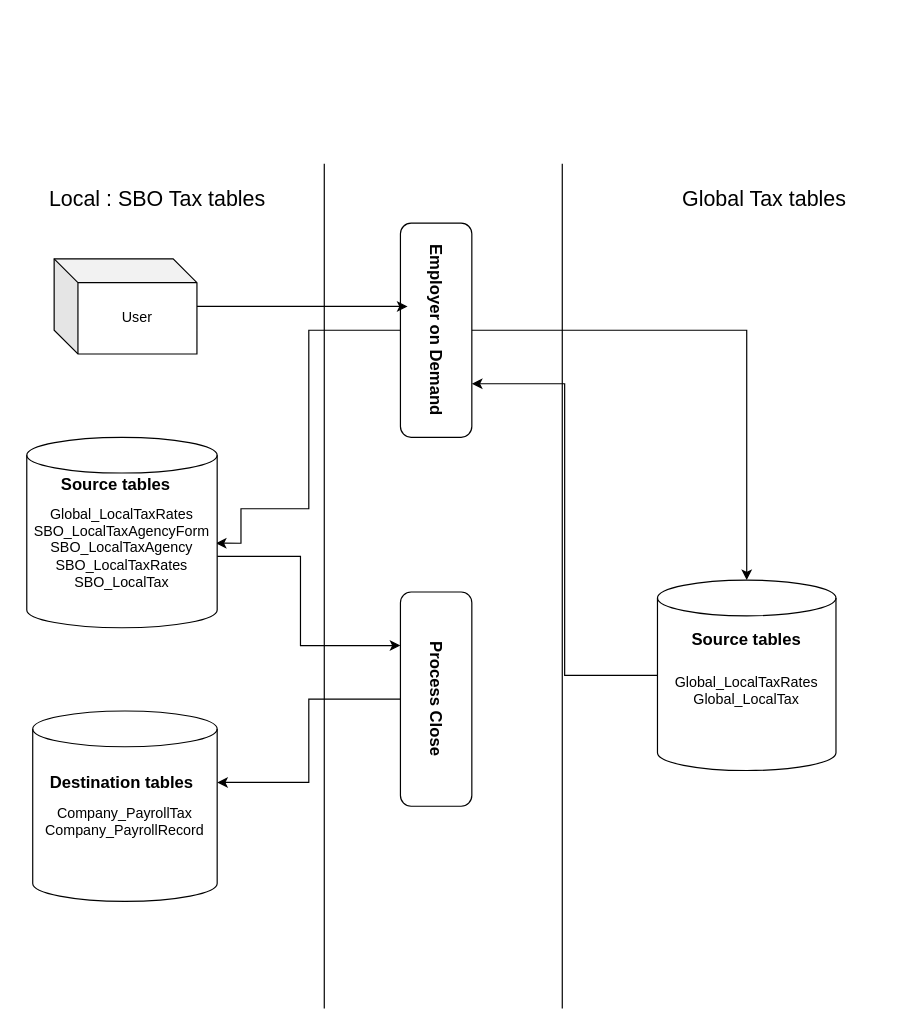
Before: Untitled Diagram.drawio in nagayakkati/Architechture-Diagrams, a draw.io diagram. Source tidied: cells renumbered, new cells numbered last; positions are measured from the earlier drawing's top-left corner, leaving out a move shared by most shapes. Both pictures are drawn from the tidied source at 119%, with x=0, y=0 at pixel (20, 163).
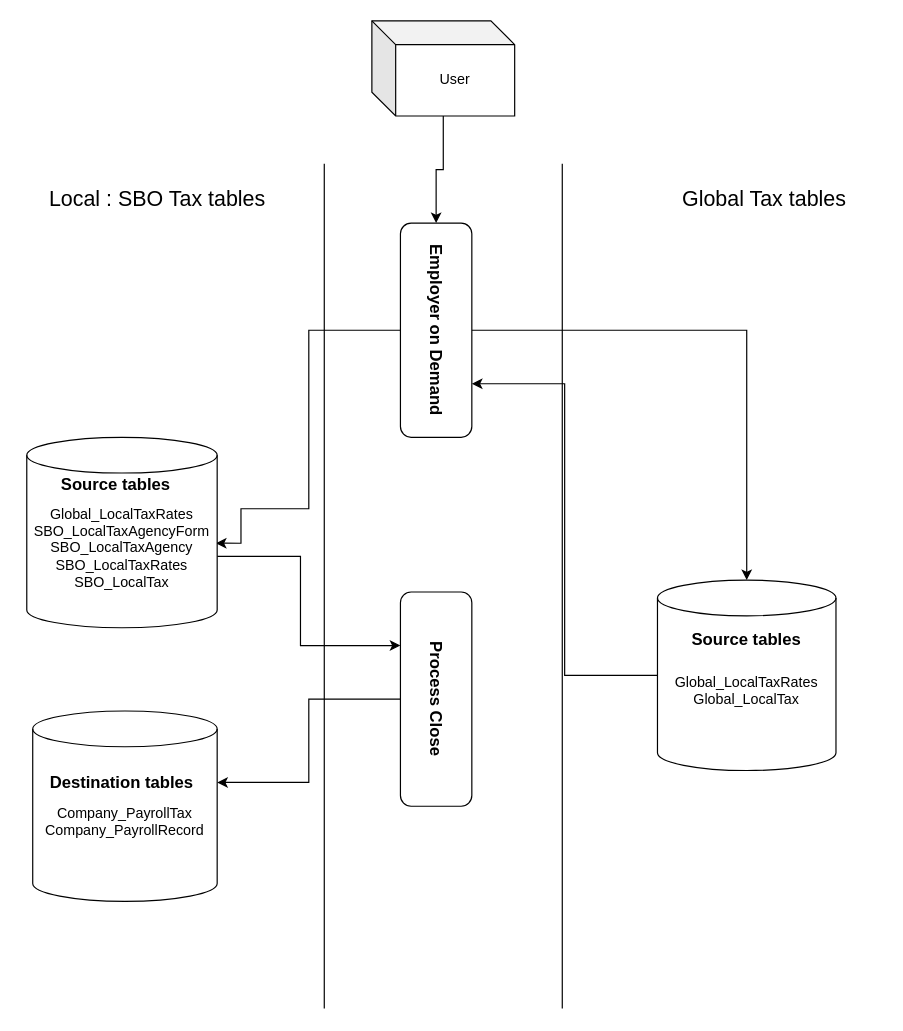
After the change.

Unchanged cells that the change refers to:
```xml
<mxCell id="8" value="&lt;font style=&quot;font-size: 14px&quot;&gt;&lt;b&gt;Employer on Demand&lt;/b&gt;&lt;/font&gt;" style="rounded=1;whiteSpace=wrap;html=1;rotation=90;" parent="1" vertex="1">
  <mxGeometry x="259" y="110" width="180" height="60" as="geometry" />
</mxCell>
```

Diff of the diagram source:
```diff
@@
-    <mxCell id="19" style="edgeStyle=orthogonalEdgeStyle;rounded=0;jettySize=auto;html=1;entryX=0.389;entryY=0.9;entryDx=0;entryDy=0;entryPerimeter=0;" parent="1" edge="1" source="20" target="8">
+    <mxCell id="19" style="edgeStyle=orthogonalEdgeStyle;rounded=0;jettySize=auto;html=1;entryX=0;entryY=0.5;entryDx=0;entryDy=0;" parent="1" edge="1" source="20" target="8">
       <mxGeometry relative="1" as="geometry" />
     </mxCell>
     <mxCell id="20" value="User" style="shape=cube;whiteSpace=wrap;html=1;boundedLbl=1;backgroundOutline=1;darkOpacity=0.05;darkOpacity2=0.1;" parent="1" vertex="1">
-      <mxGeometry x="28" y="80" width="120" height="80" as="geometry" />
+      <mxGeometry x="295" y="-120" width="120" height="80" as="geometry" />
     </mxCell>
```
